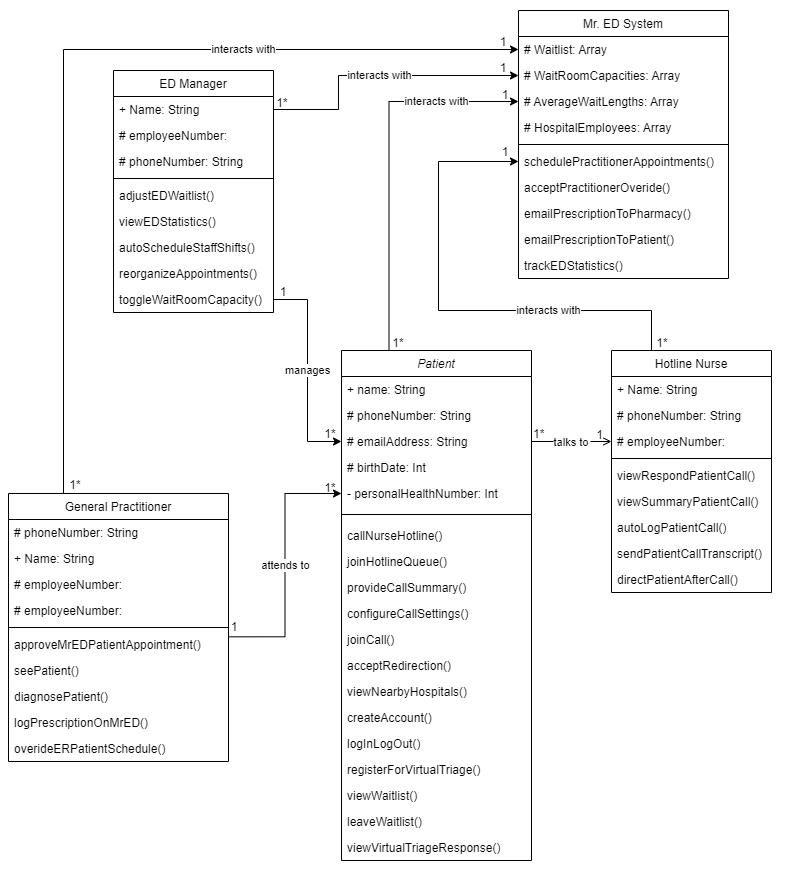
Before: AmirWork/M2_ClassDiagram.drawio.png, a diagram exported from draw.io (SENG-350-2024-fall/Team9). Source tidied: cells renumbered, new cells last; positions are measured from the earlier drawing's top-left corner, leaving out a move shared by most shapes.
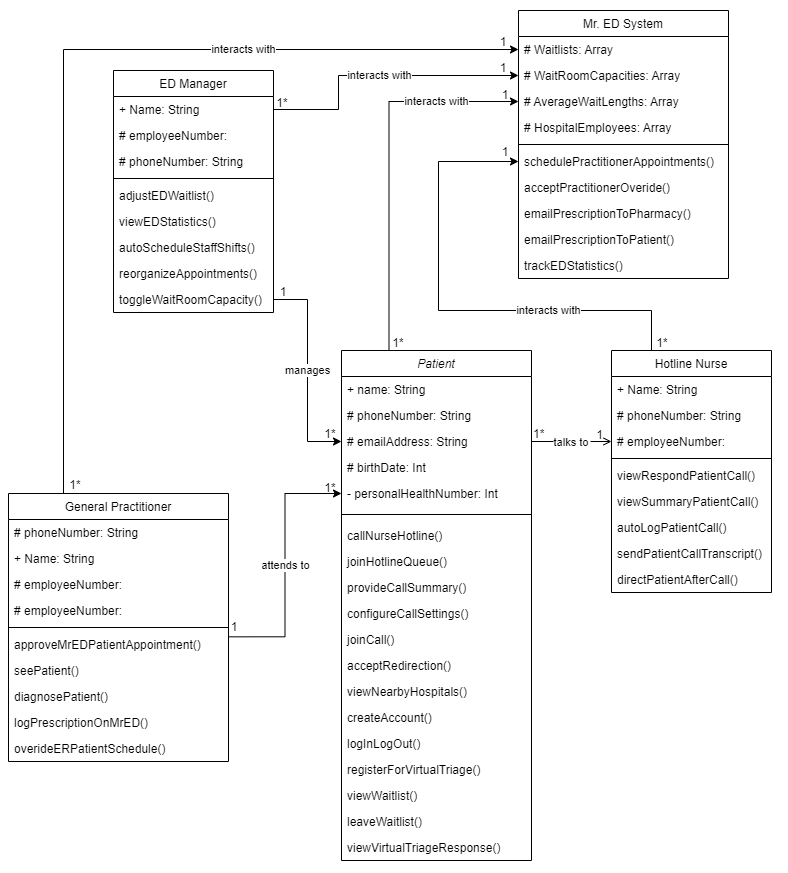
Later version of the same file.

What changed in the source:
```diff
@@ -186,7 +186,7 @@
     <mxCell id="59" value="Mr. ED System" style="swimlane;fontStyle=0;align=center;verticalAlign=top;horizontal=1;startSize=26;rounded=0;shadow=0;strokeWidth=1;" parent="1" vertex="1">
       <mxGeometry x="518" y="10" width="210" height="268" as="geometry" />
     </mxCell>
-    <mxCell id="60" value="# Waitlist: Array " style="text;align=left;verticalAlign=top;spacingLeft=4;spacingRight=4;overflow=hidden;points=[[0,0.5],[1,0.5]];portConstraint=eastwest;rounded=0;shadow=0;html=0;" parent="59" vertex="1">
+    <mxCell id="60" value="# Waitlists: Array " style="text;align=left;verticalAlign=top;spacingLeft=4;spacingRight=4;overflow=hidden;points=[[0,0.5],[1,0.5]];portConstraint=eastwest;rounded=0;shadow=0;html=0;" parent="59" vertex="1">
       <mxGeometry y="26" width="210" height="26" as="geometry" />
     </mxCell>
     <mxCell id="61" value="# WaitRoomCapacities: Array " style="text;align=left;verticalAlign=top;spacingLeft=4;spacingRight=4;overflow=hidden;points=[[0,0.5],[1,0.5]];portConstraint=eastwest;rounded=0;shadow=0;html=0;" parent="59" vertex="1">
```
